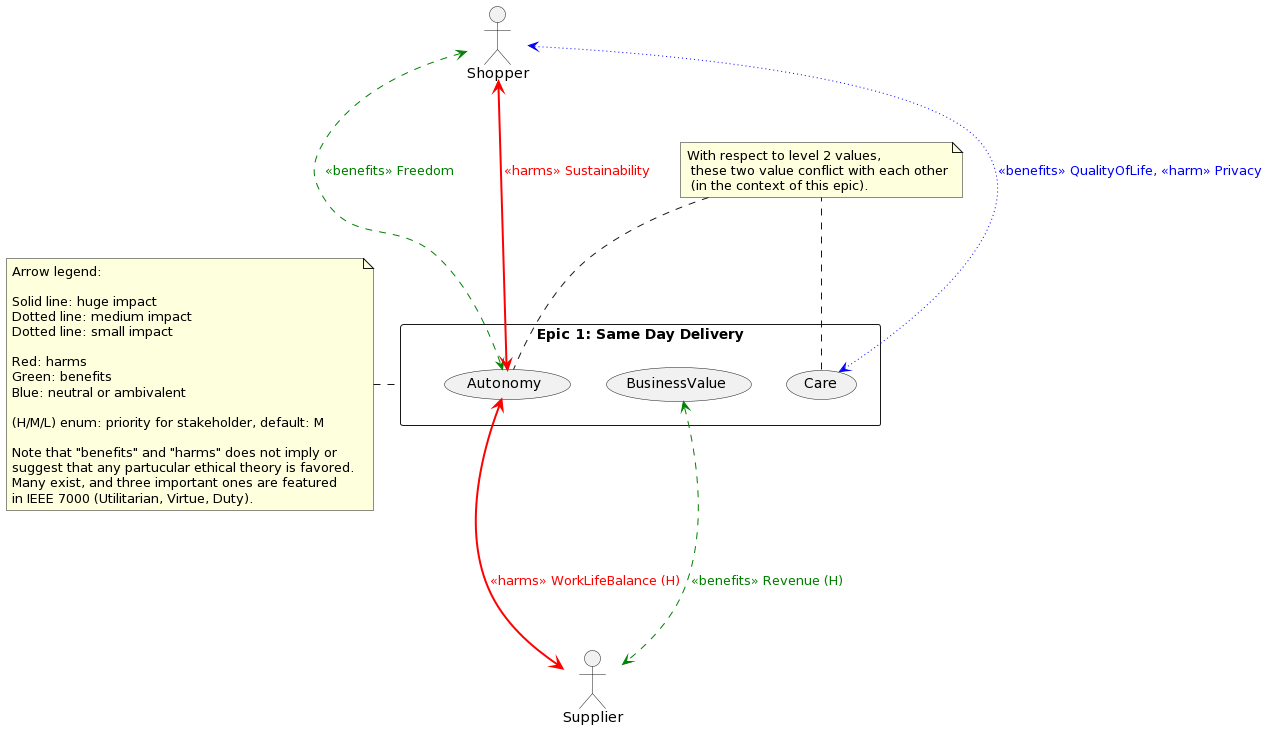
The PlantUML diagram images/ESE-ValueCaseDiagramExample.png in ethical-se/ese-practices, before a commit. The source it was exported from:
```plantuml
@startuml
:Supplier: as Admin
:Shopper: as User

rectangle "Epic 1: Same Day Delivery" as Epic1 {
(Autonomy) as (Value1)
(Care) as (Value2)
(BusinessValue) as (Value3)
}

User <---> (Value1) #green;line.dashed;text:green : <<benefits>> Freedom
User <--> (Value1) #line:red;line.bold;text:red  : <<harms>> Sustainability
User <--> (Value2) #blue;line.dotted;text:blue : <<benefits>> QualityOfLife, <<harm>> Privacy
(Value1) <---> Admin #line:red;line.bold;text:red : <<harms>> WorkLifeBalance (H)
(Value3) <---> Admin #line:green;line.dashed;text:green : <<benefits>> Revenue (H)

note left of Epic1
  Arrow legend:

  Solid line: huge impact
  Dotted line: medium impact
  Dotted line: small impact

  Red: harms
  Green: benefits
  Blue: neutral or ambivalent

  (H/M/L) enum: priority for stakeholder, default: M

  Note that "benefits" and "harms" does not imply or
  suggest that any partucular ethical theory is favored.
  Many exist, and three important ones are featured
  in IEEE 7000 (Utilitarian, Virtue, Duty).
end note

note "With respect to level 2 values,\n these two value conflict with each other\n (in the context of this epic)." as N2
N2 .. (Value1)
(Value2) .. N2

@enduml
```
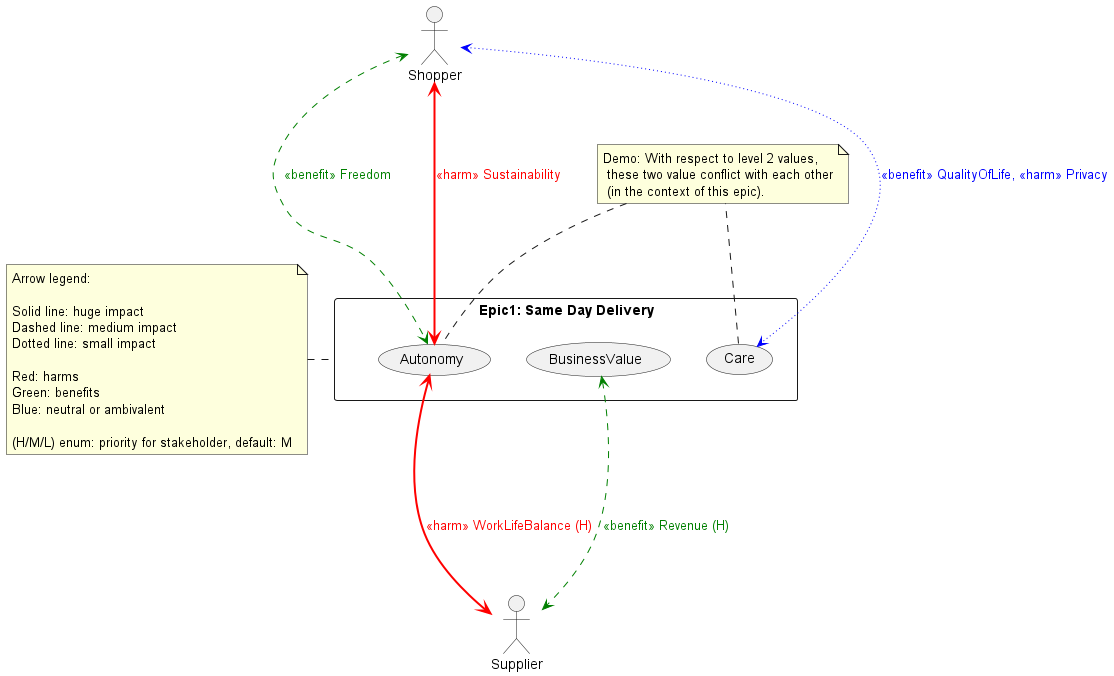
After the change.

What changed in the source:
```diff
@@ -2,23 +2,23 @@
 :Supplier: as Admin
 :Shopper: as User
 
-rectangle "Epic 1: Same Day Delivery" as Epic1 {
+rectangle "Epic1: Same Day Delivery" as Epic1 {
 (Autonomy) as (Value1)
 (Care) as (Value2)
 (BusinessValue) as (Value3)
 }
 
-User <---> (Value1) #green;line.dashed;text:green : <<benefits>> Freedom
-User <--> (Value1) #line:red;line.bold;text:red  : <<harms>> Sustainability
-User <--> (Value2) #blue;line.dotted;text:blue : <<benefits>> QualityOfLife, <<harm>> Privacy
-(Value1) <---> Admin #line:red;line.bold;text:red : <<harms>> WorkLifeBalance (H)
-(Value3) <---> Admin #line:green;line.dashed;text:green : <<benefits>> Revenue (H)
+User <---> (Value1) #green;line.dashed;text:green : <<benefit>> Freedom
+User <--> (Value1) #line:red;line.bold;text:red  : <<harm>> Sustainability
+User <--> (Value2) #blue;line.dotted;text:blue : <<benefit>> QualityOfLife, <<harm>> Privacy
+(Value1) <---> Admin #line:red;line.bold;text:red : <<harm>> WorkLifeBalance (H)
+(Value3) <---> Admin #line:green;line.dashed;text:green : <<benefit>> Revenue (H)
 
 note left of Epic1
   Arrow legend:
 
   Solid line: huge impact
-  Dotted line: medium impact
+  Dashed line: medium impact
   Dotted line: small impact
 
   Red: harms
@@ -26,14 +26,9 @@
   Blue: neutral or ambivalent
 
   (H/M/L) enum: priority for stakeholder, default: M
-
-  Note that "benefits" and "harms" does not imply or
-  suggest that any partucular ethical theory is favored.
-  Many exist, and three important ones are featured
-  in IEEE 7000 (Utilitarian, Virtue, Duty).
 end note
 
-note "With respect to level 2 values,\n these two value conflict with each other\n (in the context of this epic)." as N2
+note "Demo: With respect to level 2 values,\n these two value conflict with each other\n (in the context of this epic)." as N2
 N2 .. (Value1)
 (Value2) .. N2
 
```
